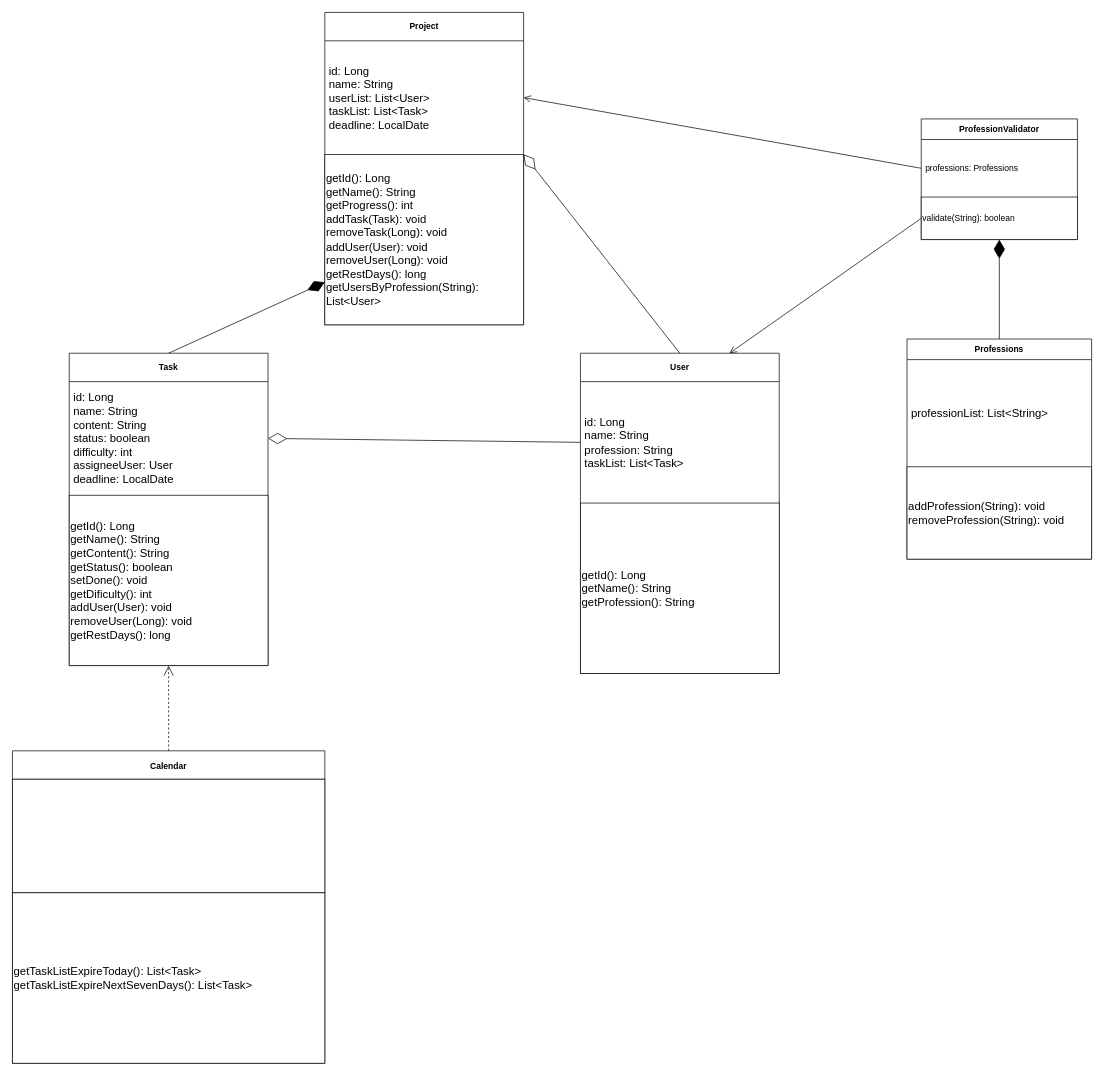
Before: uml.drawio in SibGuys/ood, a draw.io diagram. Source tidied: cells renumbered, new cells numbered last; positions are measured from the earlier drawing's top-left corner, leaving out a move shared by most shapes. Both pictures are drawn from the tidied source at 71%, with x=0, y=0 at pixel (12, 12).
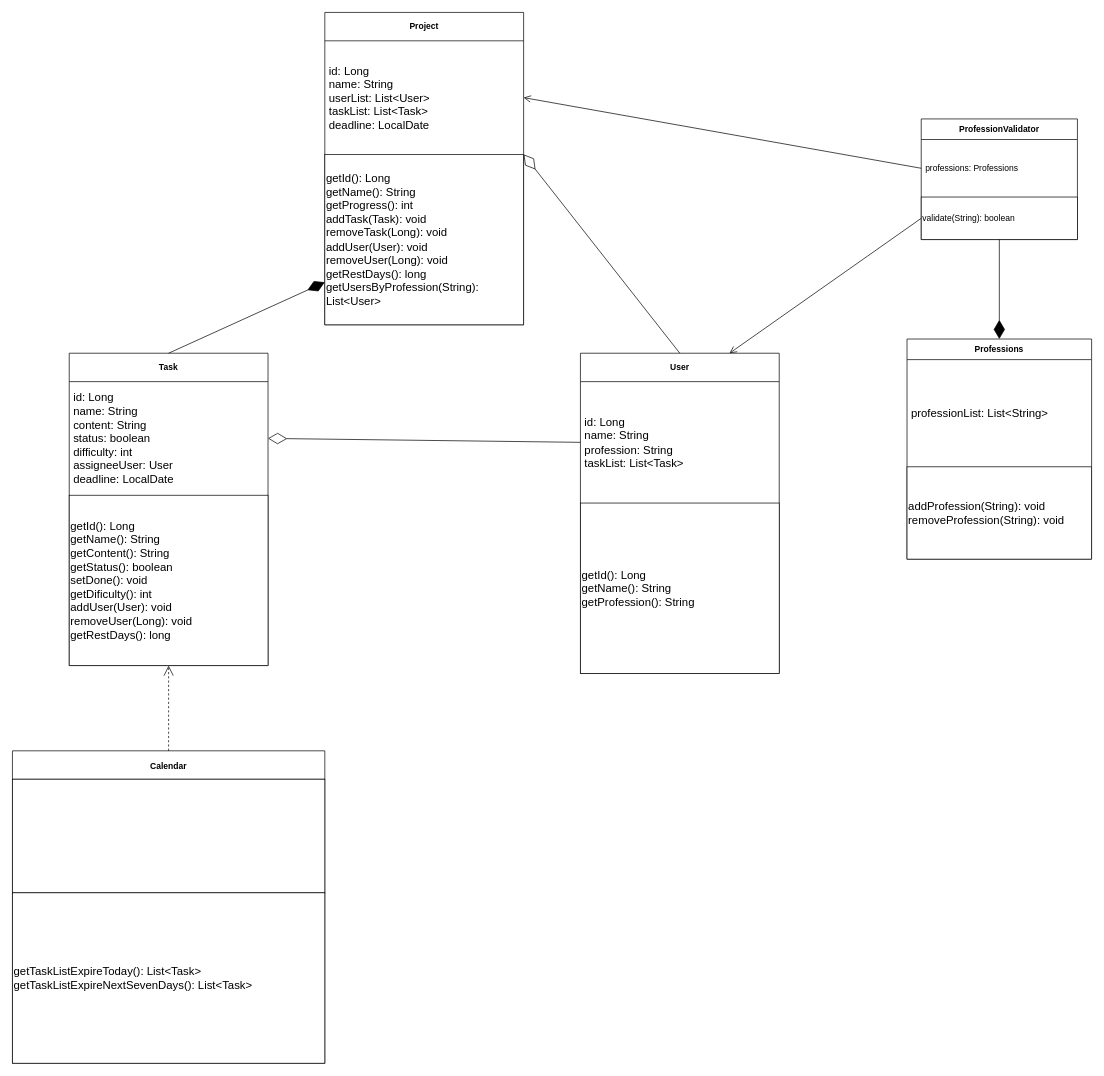
After the change.

Unchanged cells that the change refers to:
```xml
<mxCell id="18" value="&lt;font style=&quot;font-size: 12px;&quot;&gt;Professions&lt;/font&gt;" style="swimlane;fontStyle=1;align=center;verticalAlign=middle;horizontal=1;startSize=29;html=1;whiteSpace=wrap;" parent="1" vertex="1">
  <mxGeometry x="1260" y="460" width="260" height="310" as="geometry" />
</mxCell>
<mxCell id="21" value="ProfessionValidator" style="swimlane;fontStyle=1;align=center;verticalAlign=middle;horizontal=1;startSize=29;html=1;whiteSpace=wrap;" parent="1" vertex="1">
  <mxGeometry x="1280" y="150" width="220" height="170" as="geometry" />
</mxCell>
```

Change to the diagram source:
```diff
@@
-    <mxCell id="26" style="endArrow=diamondThin;endFill=1;endSize=24;html=1;rounded=0;exitX=0.5;exitY=0;exitDx=0;exitDy=0;entryX=0.5;entryY=1;entryDx=0;entryDy=0;" parent="1" edge="1" source="18" target="21">
+    <mxCell id="26" style="endArrow=diamondThin;endFill=1;endSize=24;html=1;rounded=0;entryX=0.5;entryY=0;entryDx=0;entryDy=0;exitX=0.5;exitY=1;exitDx=0;exitDy=0;" parent="1" edge="1" source="21" target="18">
       <mxGeometry relative="1" as="geometry" />
     </mxCell>
```
